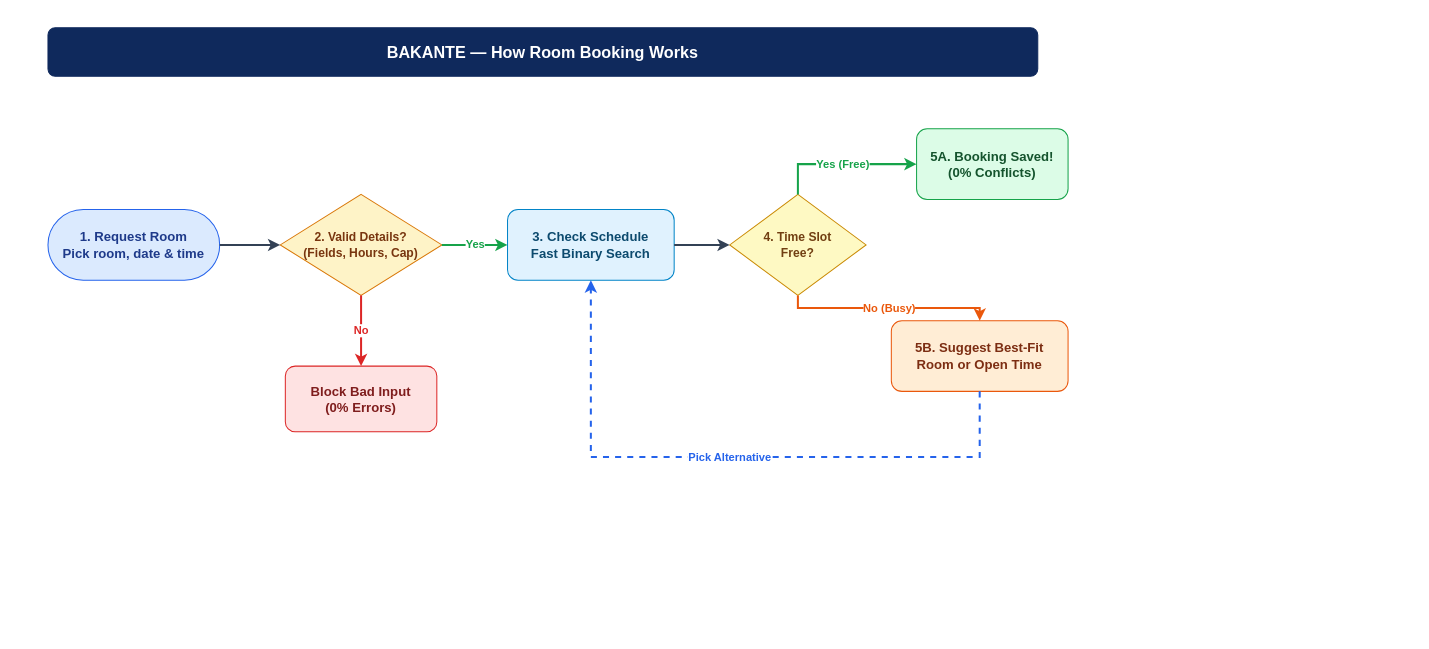
Before: page "1. Booking Flow" (1 of 2) of Bakante.drawio in jrrddev/Bakante, a draw.io diagram. Source tidied: cells renumbered, new cells numbered last; positions are measured from the earlier drawing's top-left corner, leaving out a move shared by most shapes. Both pictures are drawn from the tidied source at 101%, with x=0, y=0 at pixel (47, 27).
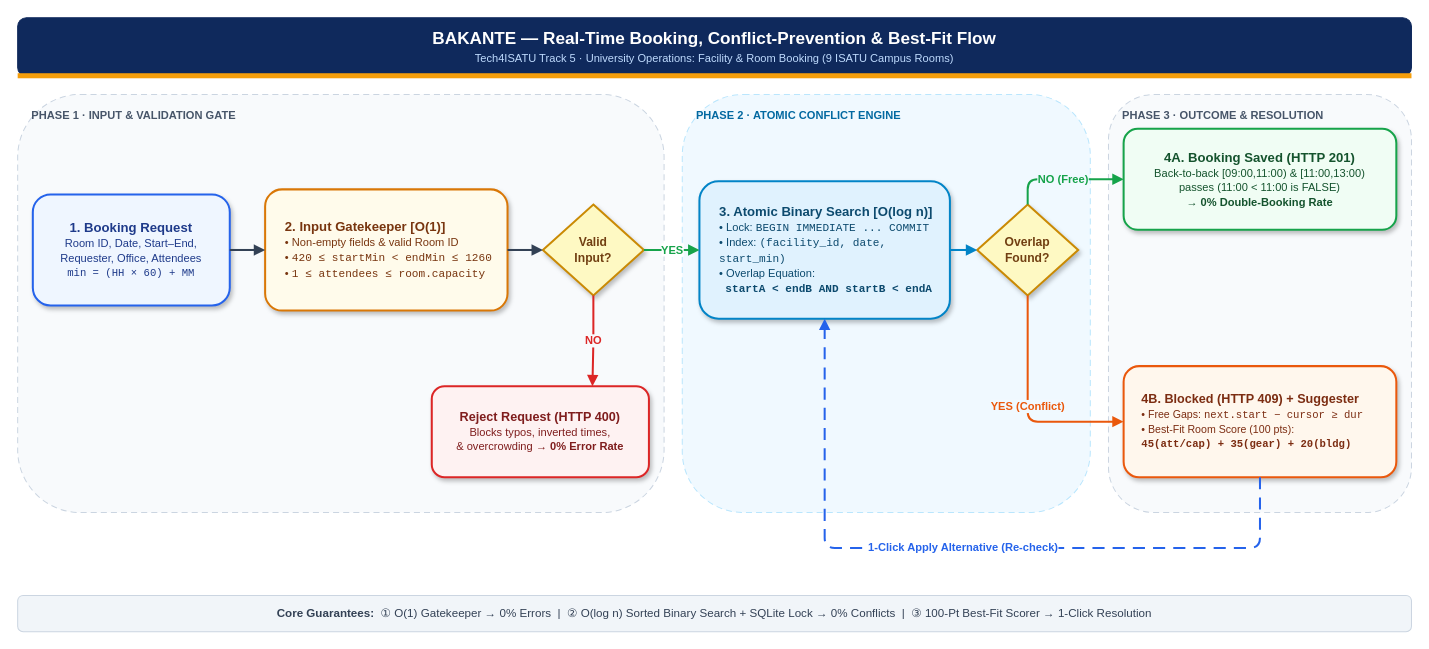
After the change.

What changed in the source:
```diff
@@
+    <mxCell id="17" value="PHASE 1 · INPUT &amp; VALIDATION GATE" style="rounded=1;whiteSpace=wrap;html=1;verticalAlign=top;align=left;spacingLeft=12;spacingTop=8;fillColor=#f8fafc;strokeColor=#cbd5e1;dashed=1;dashPattern=6 4;fontColor=#475569;fontSize=11;fontStyle=1;" parent="1" vertex="1">
+      <mxGeometry x="-30" y="66" width="640" height="414" as="geometry" />
+    </mxCell>
+    <mxCell id="18" value="PHASE 2 · ATOMIC CONFLICT ENGINE" style="rounded=1;whiteSpace=wrap;html=1;verticalAlign=top;align=left;spacingLeft=12;spacingTop=8;fillColor=#f0f9ff;strokeColor=#bae6fd;dashed=1;dashPattern=6 4;fontColor=#0369a1;fontSize=11;fontStyle=1;" parent="1" vertex="1">
+      <mxGeometry x="628" y="66" width="404" height="414" as="geometry" />
+    </mxCell>
+    <mxCell id="19" value="PHASE 3 · OUTCOME &amp; RESOLUTION" style="rounded=1;whiteSpace=wrap;html=1;verticalAlign=top;align=left;spacingLeft=12;spacingTop=8;fillColor=#f8fafc;strokeColor=#cbd5e1;dashed=1;dashPattern=6 4;fontColor=#475569;fontSize=11;fontStyle=1;" parent="1" vertex="1">
+      <mxGeometry x="1050" y="66" width="300" height="414" as="geometry" />
+    </mxCell>
-    <mxCell id="2" value="BAKANTE — How Room Booking Works" style="rounded=1;whiteSpace=wrap;html=1;fillColor=#0f295c;strokeColor=#0f295c;fontColor=#ffffff;fontSize=16;fontStyle=1;" parent="1" vertex="1">
-      <mxGeometry width="980" height="48" as="geometry" />
+    <mxCell id="2" value="&lt;b style=&quot;font-size:17px;&quot;&gt;BAKANTE — Real-Time Booking, Conflict-Prevention &amp;amp; Best-Fit Flow&lt;/b&gt;&lt;br/&gt;&lt;span style=&quot;font-size:11px;color:#bfdbfe;&quot;&gt;Tech4ISATU Track 5 · University Operations: Facility &amp;amp; Room Booking (9 ISATU Campus Rooms)&lt;/span&gt;" style="rounded=1;whiteSpace=wrap;html=1;fillColor=#0f295c;strokeColor=#0f295c;fontColor=#ffffff;spacing=6;" parent="1" vertex="1">
+      <mxGeometry x="-30" y="-10" width="1380" height="58" as="geometry" />
     </mxCell>
+    <mxCell id="20" style="rounded=0;whiteSpace=wrap;html=1;fillColor=#f59e0b;strokeColor=none;" parent="1" vertex="1">
+      <mxGeometry x="-30" y="45" width="1380" height="5" as="geometry" />
+    </mxCell>
-    <mxCell id="3" value="1. Request Room&#10;Pick room, date &amp; time" style="rounded=1;whiteSpace=wrap;html=1;arcSize=50;fillColor=#dbeafe;strokeColor=#2563eb;fontColor=#1e3a8a;fontSize=13;fontStyle=1;" parent="1" vertex="1">
-      <mxGeometry y="180" width="170" height="70" as="geometry" />
+    <mxCell id="3" value="&lt;b style=&quot;font-size:13px;&quot;&gt;1. Booking Request&lt;/b&gt;&lt;br/&gt;&lt;span style=&quot;font-size:11px;&quot;&gt;Room ID, Date, Start–End,&lt;br/&gt;Requester, Office, Attendees&lt;/span&gt;&lt;br/&gt;&lt;font face=&quot;Courier New&quot; style=&quot;font-size:10.5px;&quot;&gt;min = (HH × 60) + MM&lt;/font&gt;" style="rounded=1;whiteSpace=wrap;html=1;arcSize=16;fillColor=#eff6ff;strokeColor=#2563eb;strokeWidth=2;fontColor=#1e3a8a;shadow=1;spacing=8;" parent="1" vertex="1">
+      <mxGeometry x="-15" y="165" width="195" height="110" as="geometry" />
     </mxCell>
+    <mxCell id="6" value="&lt;b style=&quot;font-size:13px;&quot;&gt;2. Input Gatekeeper [O(1)]&lt;/b&gt;&lt;br/&gt;&lt;span style=&quot;font-size:11px;&quot;&gt;• Non-empty fields &amp;amp; valid Room ID&lt;br/&gt;• &lt;font face=&quot;Courier New&quot;&gt;420 ≤ startMin &amp;lt; endMin ≤ 1260&lt;/font&gt;&lt;br/&gt;• &lt;font face=&quot;Courier New&quot;&gt;1 ≤ attendees ≤ room.capacity&lt;/font&gt;&lt;/span&gt;" style="rounded=1;whiteSpace=wrap;html=1;arcSize=14;fillColor=#fffbeb;strokeColor=#d97706;strokeWidth=2;fontColor=#78350f;shadow=1;spacing=8;align=left;spacingLeft=12;" parent="1" vertex="1">
+      <mxGeometry x="215" y="160" width="240" height="120" as="geometry" />
+    </mxCell>
-    <mxCell id="4" value="2. Valid Details?&#10;(Fields, Hours, Cap)" style="rhombus;whiteSpace=wrap;html=1;fillColor=#fef3c7;strokeColor=#d97706;fontColor=#78350f;fontSize=12;fontStyle=1;" parent="1" vertex="1">
-      <mxGeometry x="230" y="165" width="160" height="100" as="geometry" />
+    <mxCell id="4" value="&lt;b&gt;Valid&lt;br/&gt;Input?&lt;/b&gt;" style="rhombus;whiteSpace=wrap;html=1;fillColor=#fef9c3;strokeColor=#ca8a04;strokeWidth=2;fontColor=#713f12;fontSize=12;shadow=1;" parent="1" vertex="1">
+      <mxGeometry x="490" y="175" width="100" height="90" as="geometry" />
     </mxCell>
-    <mxCell id="5" value="Block Bad Input&#10;(0% Errors)" style="rounded=1;whiteSpace=wrap;html=1;fillColor=#fee2e2;strokeColor=#dc2626;fontColor=#7f1d1d;fontSize=13;fontStyle=1;" parent="1" vertex="1">
-      <mxGeometry x="235" y="335" width="150" height="65" as="geometry" />
-    </mxCell>
-    <mxCell id="6" value="3. Check Schedule&#10;Fast Binary Search" style="rounded=1;whiteSpace=wrap;html=1;fillColor=#e0f2fe;strokeColor=#0284c7;fontColor=#0c4a6e;fontSize=13;fontStyle=1;" parent="1" vertex="1">
-      <mxGeometry x="455" y="180" width="165" height="70" as="geometry" />
-    </mxCell>
+    <mxCell id="21" value="&lt;b style=&quot;font-size:12.5px;&quot;&gt;Reject Request (HTTP 400)&lt;/b&gt;&lt;br/&gt;&lt;span style=&quot;font-size:11px;&quot;&gt;Blocks typos, inverted times,&lt;br/&gt;&amp;amp; overcrowding → &lt;b&gt;0% Error Rate&lt;/b&gt;&lt;/span&gt;" style="rounded=1;whiteSpace=wrap;html=1;arcSize=14;fillColor=#fef2f2;strokeColor=#dc2626;strokeWidth=2;fontColor=#7f1d1d;shadow=1;spacing=8;" parent="1" vertex="1">
+      <mxGeometry x="380" y="355" width="215" height="90" as="geometry" />
+    </mxCell>
+    <mxCell id="22" value="&lt;b style=&quot;font-size:13px;&quot;&gt;3. Atomic Binary Search [O(log n)]&lt;/b&gt;&lt;br/&gt;&lt;span style=&quot;font-size:11px;&quot;&gt;• Lock: &lt;font face=&quot;Courier New&quot;&gt;BEGIN IMMEDIATE ... COMMIT&lt;/font&gt;&lt;br/&gt;• Index: &lt;font face=&quot;Courier New&quot;&gt;(facility_id, date, start_min)&lt;/font&gt;&lt;br/&gt;• Overlap Equation:&lt;br/&gt;&amp;nbsp;&amp;nbsp;&lt;b&gt;&lt;font face=&quot;Courier New&quot;&gt;startA &amp;lt; endB AND startB &amp;lt; endA&lt;/font&gt;&lt;/b&gt;&lt;/span&gt;" style="rounded=1;whiteSpace=wrap;html=1;arcSize=14;fillColor=#e0f2fe;strokeColor=#0284c7;strokeWidth=2;fontColor=#0c4a6e;shadow=1;spacing=8;align=left;spacingLeft=12;" parent="1" vertex="1">
+      <mxGeometry x="645" y="152" width="248" height="136" as="geometry" />
+    </mxCell>
-    <mxCell id="7" value="4. Time Slot&#10;Free?" style="rhombus;whiteSpace=wrap;html=1;fillColor=#fef9c3;strokeColor=#ca8a04;fontColor=#713f12;fontSize=12;fontStyle=1;" parent="1" vertex="1">
-      <mxGeometry x="675" y="165" width="135" height="100" as="geometry" />
+    <mxCell id="7" value="&lt;b&gt;Overlap&lt;br/&gt;Found?&lt;/b&gt;" style="rhombus;whiteSpace=wrap;html=1;fillColor=#fef9c3;strokeColor=#ca8a04;strokeWidth=2;fontColor=#713f12;fontSize=12;shadow=1;" parent="1" vertex="1">
+      <mxGeometry x="920" y="175" width="100" height="90" as="geometry" />
     </mxCell>
-    <mxCell id="8" value="5A. Booking Saved!&#10;(0% Conflicts)" style="rounded=1;whiteSpace=wrap;html=1;fillColor=#dcfce7;strokeColor=#16a34a;fontColor=#14532d;fontSize=13;fontStyle=1;" parent="1" vertex="1">
-      <mxGeometry x="860" y="100" width="150" height="70" as="geometry" />
+    <mxCell id="8" value="&lt;b style=&quot;font-size:13px;&quot;&gt;4A. Booking Saved (HTTP 201)&lt;/b&gt;&lt;br/&gt;&lt;span style=&quot;font-size:11px;&quot;&gt;Back-to-back [09:00,11:00) &amp;amp; [11:00,13:00)&lt;br/&gt;passes (11:00 &amp;lt; 11:00 is FALSE)&lt;br/&gt;→ &lt;b&gt;0% Double-Booking Rate&lt;/b&gt;&lt;/span&gt;" style="rounded=1;whiteSpace=wrap;html=1;arcSize=14;fillColor=#f0fdf4;strokeColor=#16a34a;strokeWidth=2;fontColor=#14532d;shadow=1;spacing=8;" parent="1" vertex="1">
+      <mxGeometry x="1065" y="100" width="270" height="100" as="geometry" />
     </mxCell>
-    <mxCell id="9" value="5B. Suggest Best-Fit&#10;Room or Open Time" style="rounded=1;whiteSpace=wrap;html=1;fillColor=#ffedd5;strokeColor=#ea580c;fontColor=#7c2d12;fontSize=13;fontStyle=1;" parent="1" vertex="1">
-      <mxGeometry x="835" y="290" width="175" height="70" as="geometry" />
+    <mxCell id="9" value="&lt;b style=&quot;font-size:12.5px;&quot;&gt;4B. Blocked (HTTP 409) + Suggester&lt;/b&gt;&lt;br/&gt;&lt;span style=&quot;font-size:10.5px;&quot;&gt;• Free Gaps: &lt;font face=&quot;Courier New&quot;&gt;next.start − cursor ≥ dur&lt;/font&gt;&lt;br/&gt;• Best-Fit Room Score (100 pts):&lt;br/&gt;&lt;b&gt;&lt;font face=&quot;Courier New&quot;&gt;45(att/cap) + 35(gear) + 20(bldg)&lt;/font&gt;&lt;/b&gt;&lt;/span&gt;" style="rounded=1;whiteSpace=wrap;html=1;arcSize=14;fillColor=#fff7ed;strokeColor=#ea580c;strokeWidth=2;fontColor=#7c2d12;shadow=1;spacing=8;align=left;spacingLeft=10;" parent="1" vertex="1">
+      <mxGeometry x="1065" y="335" width="270" height="110" as="geometry" />
     </mxCell>
-    <mxCell id="10" style="edgeStyle=orthogonalEdgeStyle;rounded=0;html=1;strokeColor=#334155;strokeWidth=2;" parent="1" edge="1" source="3" target="4">
-      <mxGeometry relative="1" as="geometry" />
-    </mxCell>
-    <mxCell id="11" value="No" style="edgeStyle=orthogonalEdgeStyle;rounded=0;html=1;strokeColor=#dc2626;strokeWidth=2;fontColor=#dc2626;fontStyle=1;" parent="1" edge="1" source="4" target="5">
-      <mxGeometry relative="1" as="geometry" />
-    </mxCell>
-    <mxCell id="12" value="Yes" style="edgeStyle=orthogonalEdgeStyle;rounded=0;html=1;strokeColor=#16a34a;strokeWidth=2;fontColor=#16a34a;fontStyle=1;" parent="1" edge="1" source="4" target="6">
-      <mxGeometry relative="1" as="geometry" />
-    </mxCell>
-    <mxCell id="13" style="edgeStyle=orthogonalEdgeStyle;rounded=0;html=1;strokeColor=#334155;strokeWidth=2;" parent="1" edge="1" source="6" target="7">
-      <mxGeometry relative="1" as="geometry" />
-    </mxCell>
+    <mxCell id="23" value="&lt;b&gt;Core Guarantees:&lt;/b&gt;&amp;nbsp;&amp;nbsp;① O(1) Gatekeeper → 0% Errors&amp;nbsp;&amp;nbsp;|&amp;nbsp;&amp;nbsp;② O(log n) Sorted Binary Search + SQLite Lock → 0% Conflicts&amp;nbsp;&amp;nbsp;|&amp;nbsp;&amp;nbsp;③ 100-Pt Best-Fit Scorer → 1-Click Resolution" style="rounded=1;whiteSpace=wrap;html=1;fillColor=#f1f5f9;strokeColor=#cbd5e1;fontColor=#334155;fontSize=11.5;" parent="1" vertex="1">
+      <mxGeometry x="-30" y="562" width="1380" height="36" as="geometry" />
+    </mxCell>
+    <mxCell id="24" style="edgeStyle=orthogonalEdgeStyle;rounded=1;html=1;strokeColor=#334155;strokeWidth=2;endArrow=block;endFill=1;" parent="1" edge="1" source="3" target="6">
+      <mxGeometry relative="1" as="geometry" />
+    </mxCell>
+    <mxCell id="25" style="edgeStyle=orthogonalEdgeStyle;rounded=1;html=1;strokeColor=#334155;strokeWidth=2;endArrow=block;endFill=1;" parent="1" edge="1" source="6" target="4">
+      <mxGeometry relative="1" as="geometry" />
+    </mxCell>
+    <mxCell id="26" value="NO" style="edgeStyle=orthogonalEdgeStyle;rounded=1;html=1;strokeColor=#dc2626;strokeWidth=2;fontColor=#dc2626;fontStyle=1;labelBackgroundColor=#f8fafc;endArrow=block;endFill=1;exitX=0.5;exitY=1;entryX=0.74;entryY=0;" parent="1" edge="1" source="4" target="21">
+      <mxGeometry relative="1" as="geometry" />
+    </mxCell>
+    <mxCell id="27" value="YES" style="edgeStyle=orthogonalEdgeStyle;rounded=1;html=1;strokeColor=#16a34a;strokeWidth=2;fontColor=#16a34a;fontStyle=1;labelBackgroundColor=#ffffff;endArrow=block;endFill=1;exitX=1;exitY=0.5;entryX=0;entryY=0.5;" parent="1" edge="1" source="4" target="22">
+      <mxGeometry relative="1" as="geometry" />
+    </mxCell>
+    <mxCell id="28" style="edgeStyle=orthogonalEdgeStyle;rounded=1;html=1;strokeColor=#0284c7;strokeWidth=2;endArrow=block;endFill=1;" parent="1" edge="1" source="22" target="7">
+      <mxGeometry relative="1" as="geometry" />
+    </mxCell>
-    <mxCell id="14" value="Yes (Free)" style="edgeStyle=orthogonalEdgeStyle;rounded=0;html=1;strokeColor=#16a34a;strokeWidth=2;fontColor=#16a34a;fontStyle=1;exitX=0.5;exitY=0;" parent="1" edge="1" source="7" target="8">
-      <mxGeometry relative="1" as="geometry" />
+    <mxCell id="14" value="NO (Free)" style="edgeStyle=orthogonalEdgeStyle;rounded=1;html=1;strokeColor=#16a34a;strokeWidth=2;fontColor=#16a34a;fontStyle=1;labelBackgroundColor=#f0f9ff;endArrow=block;endFill=1;exitX=0.5;exitY=0;entryX=0;entryY=0.5;" parent="1" edge="1" source="7" target="8">
+      <mxGeometry relative="1" as="geometry">
+        <Array as="points">
+          <mxPoint x="970" y="150" />
+        </Array>
+      </mxGeometry>
     </mxCell>
-    <mxCell id="15" value="No (Busy)" style="edgeStyle=orthogonalEdgeStyle;rounded=0;html=1;strokeColor=#ea580c;strokeWidth=2;fontColor=#ea580c;fontStyle=1;exitX=0.5;exitY=1;" parent="1" edge="1" source="7" target="9">
-      <mxGeometry relative="1" as="geometry" />
+    <mxCell id="15" value="YES (Conflict)" style="edgeStyle=orthogonalEdgeStyle;rounded=1;html=1;strokeColor=#ea580c;strokeWidth=2;fontColor=#ea580c;fontStyle=1;labelBackgroundColor=#f0f9ff;endArrow=block;endFill=1;exitX=0.5;exitY=1;entryX=0;entryY=0.5;" parent="1" edge="1" source="7" target="9">
+      <mxGeometry relative="1" as="geometry">
+        <Array as="points">
+          <mxPoint x="970" y="390" />
+        </Array>
+      </mxGeometry>
     </mxCell>
-    <mxCell id="16" value="Pick Alternative" style="edgeStyle=orthogonalEdgeStyle;rounded=0;html=1;dashed=1;strokeColor=#2563eb;strokeWidth=2;fontColor=#2563eb;fontStyle=1;exitX=0.5;exitY=1;entryX=0.5;entryY=1;" parent="1" edge="1" source="9" target="6">
-      <mxGeometry relative="1" as="geometry">
-        <Array as="points">
-          <mxPoint x="922" y="425" />
-          <mxPoint x="538" y="425" />
-        </Array>
-      </mxGeometry>
-    </mxCell>
+    <mxCell id="29" value="1-Click Apply Alternative (Re-check)" style="edgeStyle=orthogonalEdgeStyle;rounded=1;html=1;dashed=1;dashPattern=6 4;strokeColor=#2563eb;strokeWidth=2;fontColor=#2563eb;fontStyle=1;labelBackgroundColor=#ffffff;endArrow=block;endFill=1;exitX=0.5;exitY=1;entryX=0.5;entryY=1;" parent="1" edge="1" source="9" target="22">
+      <mxGeometry relative="1" as="geometry">
+        <Array as="points">
+          <mxPoint x="1200" y="515" />
+          <mxPoint x="769" y="515" />
+        </Array>
+      </mxGeometry>
+    </mxCell>
```
